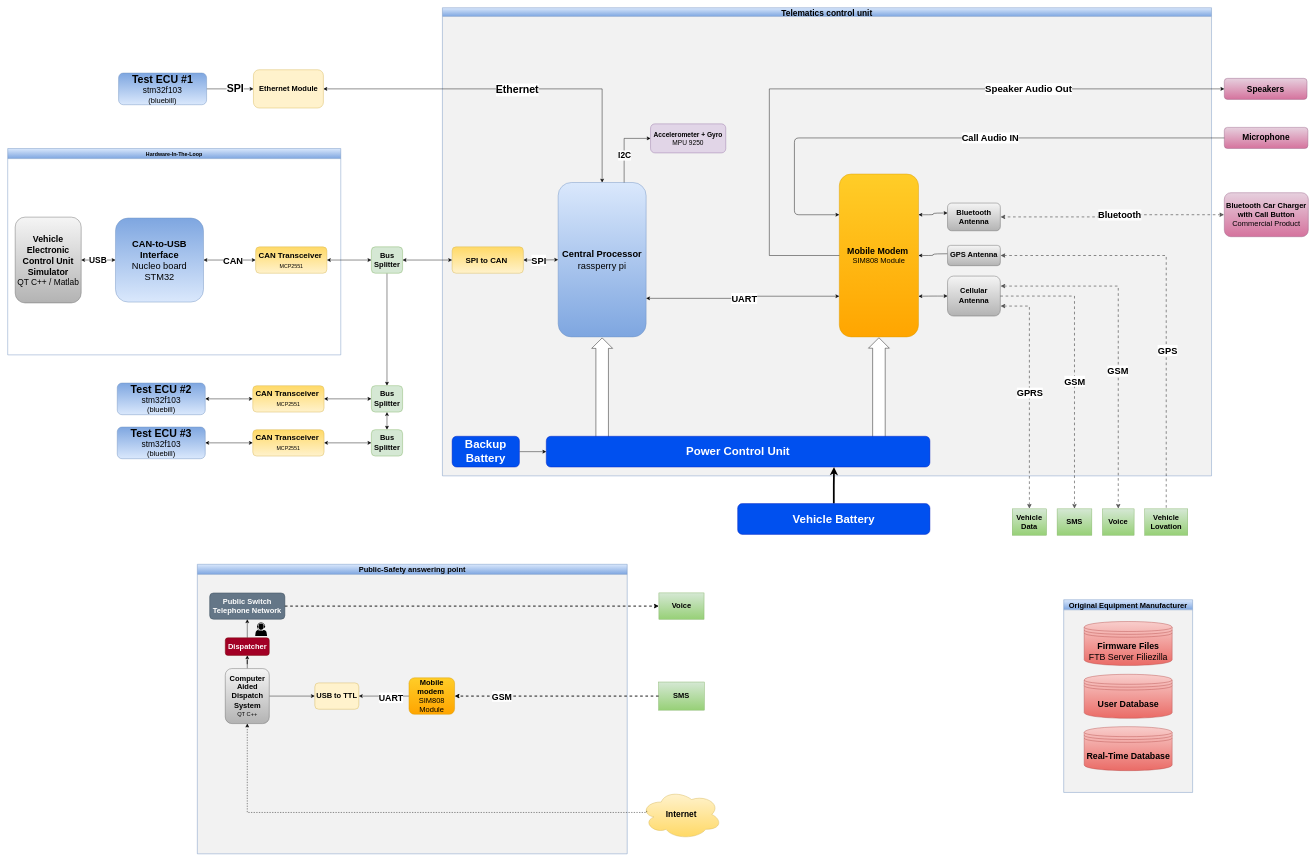
The draw.io diagram Documentations/BlockDigrams/valeo.drawio in Ahmeddsherrif/GP_TCU, before the edit. Source tidied: cells renumbered, new cells numbered last; positions are measured from the earlier drawing's top-left corner, leaving out a move shared by most shapes. Both pictures are drawn from the tidied source at 44%, with x=0, y=0 at pixel (7, 7).
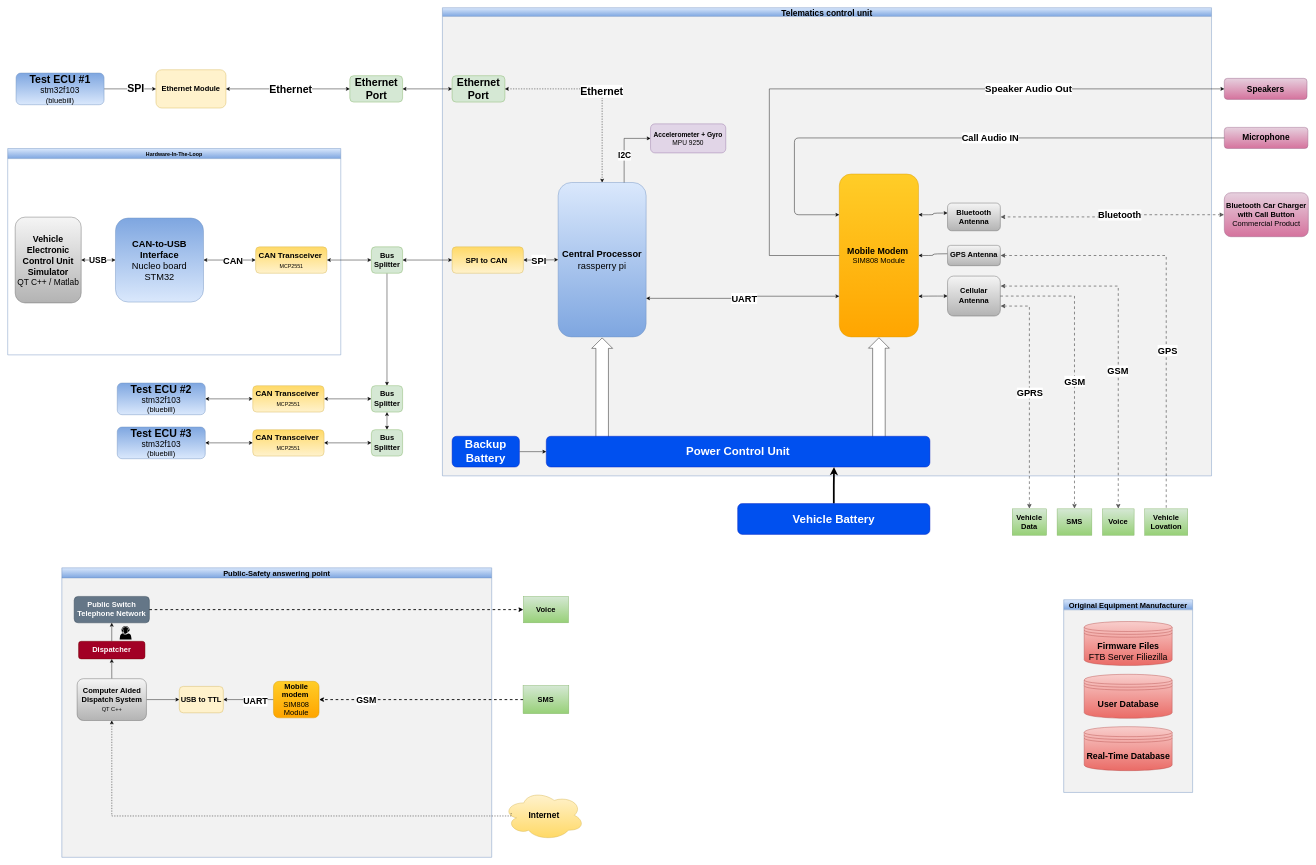
The same page after the edit.

The change refers to these unchanged cells:
```xml
<mxCell id="6" value="Telematics control unit" style="swimlane;startSize=20;shadow=0;swimlaneFillColor=#F2F2F2;fontStyle=1;fontSize=19;gradientColor=#7ea6e0;fillColor=#dae8fc;strokeColor=#6c8ebf;" parent="1" vertex="1">
  <mxGeometry x="988" width="1748" height="1064" as="geometry" />
</mxCell>
<mxCell id="11" value="&lt;font style=&quot;font-size: 21px&quot;&gt;Central Processor&lt;span style=&quot;font-weight: normal&quot;&gt;&lt;br&gt;rassperry pi&lt;br&gt;&lt;/span&gt;&lt;/font&gt;" style="rounded=1;whiteSpace=wrap;html=1;fillColor=#dae8fc;strokeColor=#6c8ebf;fontStyle=1;fontSize=17;gradientColor=#7ea6e0;" parent="6" vertex="1">
  <mxGeometry x="263" y="397.3" width="200" height="351" as="geometry" />
</mxCell>
```

Diff of the diagram source:
```diff
@@
+    <mxCell id="99" value="Ethernet Port" style="rounded=1;whiteSpace=wrap;html=1;fontSize=24;fillColor=#d5e8d4;strokeColor=#82b366;fontStyle=1;" parent="6" vertex="1">
+      <mxGeometry x="22" y="154.5" width="120" height="60" as="geometry" />
+    </mxCell>
+    <mxCell id="74" style="edgeStyle=orthogonalEdgeStyle;rounded=0;jettySize=auto;html=1;fontSize=19;startArrow=classic;startFill=1;dashed=1;" parent="6" edge="1" source="99" target="11">
+      <mxGeometry relative="1" as="geometry" />
+    </mxCell>
+    <mxCell id="75" value="Ethernet" style="edgeLabel;html=1;align=center;verticalAlign=middle;fontSize=24;fontStyle=1;" parent="74" vertex="1">
+      <mxGeometry x="0.04" y="-2" relative="1" as="geometry" />
+    </mxCell>
@@
-    <mxCell id="74" style="edgeStyle=orthogonalEdgeStyle;rounded=0;jettySize=auto;html=1;fontSize=19;startArrow=classic;startFill=1;" parent="1" edge="1" source="76" target="11">
-      <mxGeometry relative="1" as="geometry" />
-    </mxCell>
-    <mxCell id="75" value="Ethernet" style="edgeLabel;html=1;align=center;verticalAlign=middle;fontSize=24;fontStyle=1;" parent="74" vertex="1">
-      <mxGeometry x="0.04" y="-2" relative="1" as="geometry" />
-    </mxCell>
     <mxCell id="76" value="Ethernet Module" style="rounded=1;whiteSpace=wrap;html=1;fillColor=#fff2cc;strokeColor=#d6b656;fontStyle=1;fontSize=17;" parent="1" vertex="1">
-      <mxGeometry x="558.5" y="141" width="159" height="87" as="geometry" />
+      <mxGeometry x="337" y="141" width="159" height="87" as="geometry" />
     </mxCell>
@@
     <mxCell id="79" value="&lt;font&gt;&lt;span style=&quot;font-size: 24px&quot;&gt;Test ECU #1&lt;/span&gt;&lt;br&gt;&lt;span style=&quot;font-size: 19px ; font-weight: normal&quot;&gt;stm32f103&lt;br&gt;&lt;/span&gt;&lt;span style=&quot;font-weight: normal&quot;&gt;(bluebill)&lt;/span&gt;&lt;br&gt;&lt;/font&gt;" style="rounded=1;whiteSpace=wrap;html=1;fillColor=#dae8fc;strokeColor=#6c8ebf;fontStyle=1;fontSize=17;gradientColor=#7ea6e0;direction=west;" parent="1" vertex="1">
-      <mxGeometry x="252" y="148.5" width="200" height="72" as="geometry" />
+      <mxGeometry x="19" y="148.5" width="200" height="72" as="geometry" />
     </mxCell>
     <mxCell id="80" value="Public-Safety answering point" style="swimlane;startSize=23;gradientColor=#7ea6e0;fillColor=#dae8fc;strokeColor=#6c8ebf;swimlaneFillColor=#f2f2f2;fontStyle=1;fontSize=17;" parent="1" vertex="1">
-      <mxGeometry x="431" y="1265" width="977" height="658" as="geometry" />
+      <mxGeometry x="123" y="1273" width="977" height="658" as="geometry" />
     </mxCell>
@@
     <mxCell id="88" value="Dispatcher" style="rounded=1;whiteSpace=wrap;html=1;fillColor=#a20025;strokeColor=#6F0000;fontColor=#ffffff;fontStyle=1;fontSize=17;" parent="80" vertex="1">
-      <mxGeometry x="63.5" y="167" width="100" height="40" as="geometry" />
+      <mxGeometry x="38" y="167" width="151" height="40" as="geometry" />
     </mxCell>
@@
     <mxCell id="91" value="Computer Aided Dispatch System&lt;br&gt;&lt;span style=&quot;font-weight: normal&quot;&gt;&lt;font style=&quot;font-size: 13px&quot;&gt;QT C++&lt;/font&gt;&lt;/span&gt;" style="rounded=1;whiteSpace=wrap;html=1;fillColor=#f5f5f5;strokeColor=#666666;fontStyle=1;fontSize=17;gradientColor=#b3b3b3;" parent="80" vertex="1">
-      <mxGeometry x="63.5" y="237" width="100" height="125" as="geometry" />
+      <mxGeometry x="34.8" y="252" width="157.5" height="95" as="geometry" />
     </mxCell>
     <mxCell id="92" value="Voice" style="rounded=0;whiteSpace=wrap;html=1;fontSize=17;align=center;fontStyle=1;fillColor=#d5e8d4;strokeColor=#82b366;gradientColor=#97d077;" parent="1" vertex="1">
-      <mxGeometry x="1480" y="1330" width="102.6" height="60" as="geometry" />
+      <mxGeometry x="1172" y="1338" width="102.6" height="60" as="geometry" />
     </mxCell>
@@
     <mxCell id="94" value="SMS" style="rounded=0;whiteSpace=wrap;html=1;fontSize=17;align=center;fontStyle=1;fillColor=#d5e8d4;strokeColor=#82b366;gradientColor=#97d077;" parent="1" vertex="1">
-      <mxGeometry x="1479.3" y="1532.5" width="104" height="64" as="geometry" />
+      <mxGeometry x="1171.3" y="1540.5" width="104" height="64" as="geometry" />
     </mxCell>
@@
     <mxCell id="97" value="Internet" style="ellipse;shape=cloud;whiteSpace=wrap;html=1;fontStyle=1;fontSize=19;gradientColor=#ffd966;fillColor=#fff2cc;strokeColor=#d6b656;" parent="1" vertex="1">
-      <mxGeometry x="1439.3" y="1777" width="184" height="113" as="geometry" />
+      <mxGeometry x="1127" y="1779" width="184" height="113" as="geometry" />
     </mxCell>
-    <mxCell id="98" style="edgeStyle=orthogonalEdgeStyle;rounded=0;jettySize=auto;html=1;entryX=0.07;entryY=0.4;entryDx=0;entryDy=0;entryPerimeter=0;startArrow=classic;startFill=1;endArrow=none;endFill=0;fontSize=24;dashed=1;" parent="1" edge="1" source="91" target="97">
+    <mxCell id="98" style="edgeStyle=orthogonalEdgeStyle;rounded=0;jettySize=auto;html=1;entryX=0.07;entryY=0.4;entryDx=0;entryDy=0;entryPerimeter=0;startArrow=classic;startFill=1;endArrow=none;endFill=0;fontSize=24;dashed=1;" parent="1" edge="1" source="91">
       <mxGeometry relative="1" as="geometry">
+        <mxPoint x="1144.2" y="1830.2" as="targetPoint" />
         <Array as="points">
-          <mxPoint x="544.5" y="1829" />
+          <mxPoint x="236.5" y="1837" />
         </Array>
       </mxGeometry>
     </mxCell>
+    <mxCell id="100" style="edgeStyle=orthogonalEdgeStyle;rounded=0;jettySize=auto;html=1;fontSize=19;startArrow=classic;startFill=1;" parent="1" edge="1" source="101" target="99">
+      <mxGeometry relative="1" as="geometry" />
+    </mxCell>
+    <mxCell id="101" value="Ethernet Port" style="rounded=1;whiteSpace=wrap;html=1;fontSize=24;fillColor=#d5e8d4;strokeColor=#82b366;fontStyle=1;" parent="1" vertex="1">
+      <mxGeometry x="777.5" y="154.5" width="120" height="60" as="geometry" />
+    </mxCell>
+    <mxCell id="102" style="edgeStyle=orthogonalEdgeStyle;rounded=0;jettySize=auto;html=1;fontSize=19;startArrow=classic;startFill=1;" parent="1" edge="1" source="76" target="101">
+      <mxGeometry relative="1" as="geometry" />
+    </mxCell>
+    <mxCell id="103" value="Ethernet" style="edgeLabel;html=1;align=center;verticalAlign=middle;fontSize=24;fontStyle=1;" parent="102" vertex="1">
+      <mxGeometry x="0.04" y="-2" relative="1" as="geometry" />
+    </mxCell>
```
